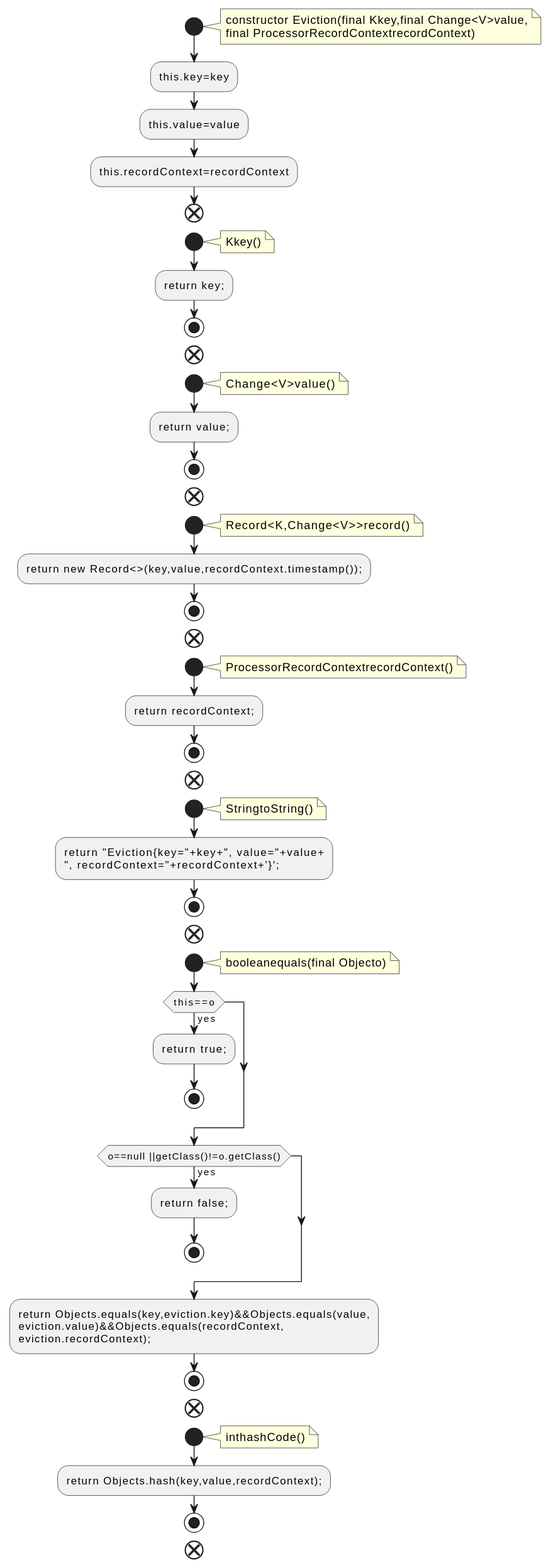
The PlantUML diagram docs/qc/streams/src/main/java/org/apache/kafka/streams/state/internals/TimeOrderedKeyValueBuffer.java.fct.svg in qualitesys/kafka, before a commit. Source of this version:
```plantuml
@startuml
!pragma layout smetana
start
note right
constructor Eviction(final Kkey,final Change<V>value,
final ProcessorRecordContextrecordContext)
end note
:this.key=key;
:this.value=value;
:this.recordContext=recordContext;
end
start
note right
Kkey()
end note
:return key;;
stop
end
start
note right
Change<V>value()
end note
:return value;;
stop
end
start
note right
Record<K,Change<V>>record()
end note
:return new Record<>(key,value,recordContext.timestamp());;
stop
end
start
note right
ProcessorRecordContextrecordContext()
end note
:return recordContext;;
stop
end
start
note right
StringtoString()
end note
:return "Eviction{key="+key+", value="+value+
", recordContext="+recordContext+'}';;
stop
end
start
note right
booleanequals(final Objecto)
end note
if (this==o) then (yes)
:return true;;
stop
endif
if (o==null ||getClass()!=o.getClass()) then (yes)
:return false;;
stop
endif
:return Objects.equals(key,eviction.key)&&Objects.equals(value,
eviction.value)&&Objects.equals(recordContext,
eviction.recordContext);;
stop
end
start
note right
inthashCode()
end note
:return Objects.hash(key,value,recordContext);;
stop
end
@enduml
```
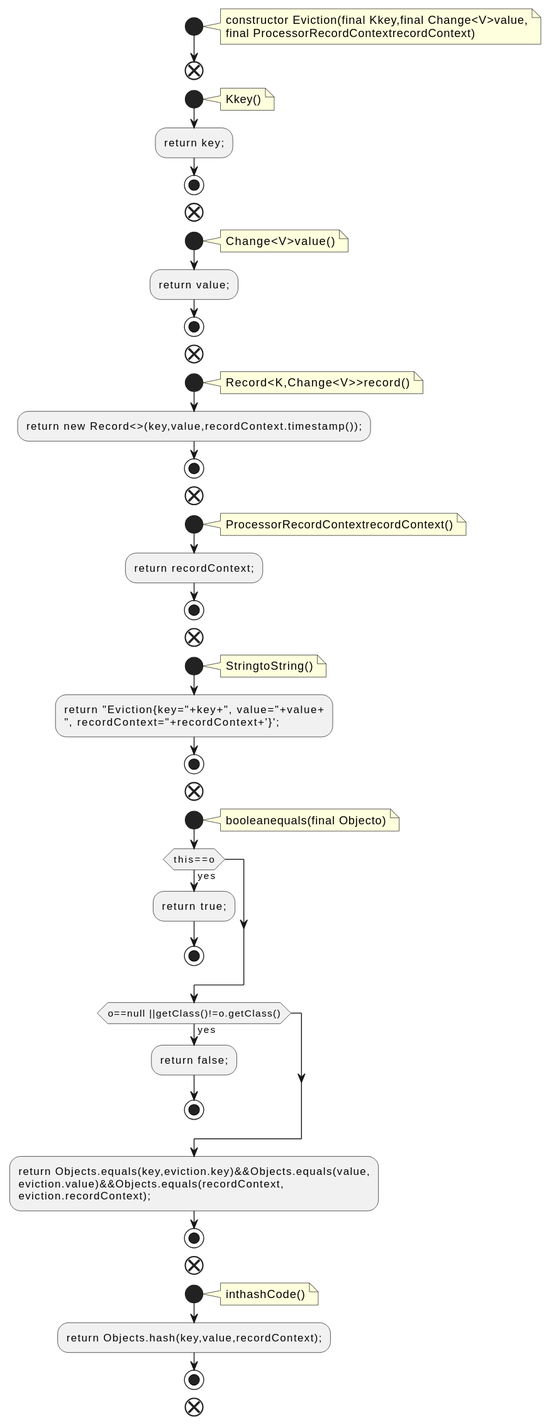
After the commit.

Change to the diagram source:
```diff
@@ -5,9 +5,6 @@
 constructor Eviction(final Kkey,final Change<V>value,
 final ProcessorRecordContextrecordContext)
 end note
-:this.key=key;
-:this.value=value;
-:this.recordContext=recordContext;
 end
 start
 note right
```
